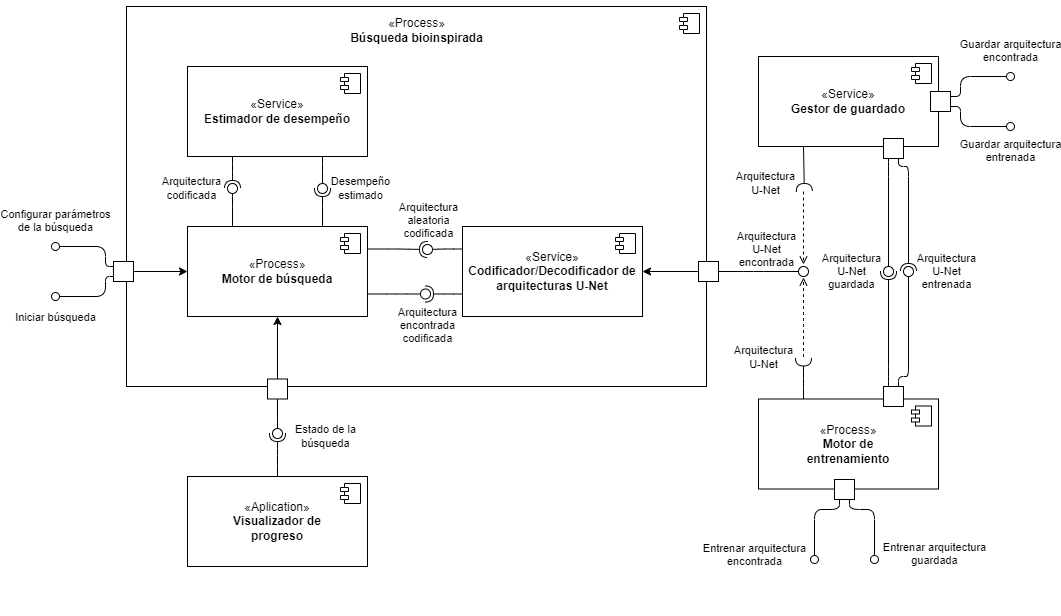
This is diagramas/UML/Componentes.drawio.png from TT-NAS/NAS, a draw.io export, as it was before one commit. Source tidied: cells renumbered, new cells last; positions are measured from the earlier drawing's top-left corner, leaving out a move shared by most shapes.
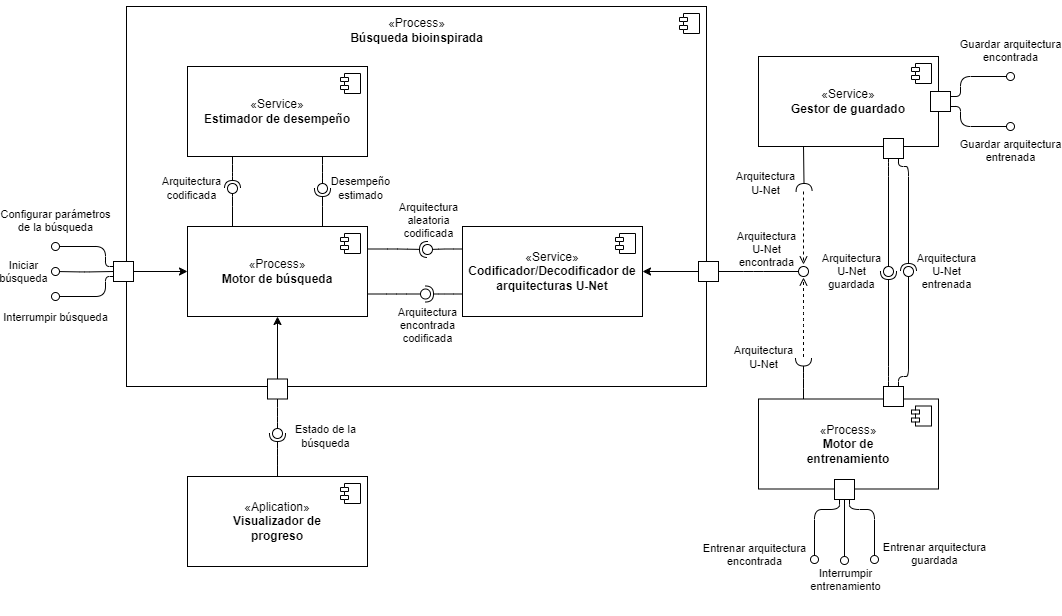
Above is the later version.

Change to the diagram source:
```diff
@@ -215,7 +215,7 @@
         </Array>
       </mxGeometry>
     </mxCell>
-    <mxCell id="53" value="Iniciar búsqueda" style="html=1;verticalAlign=bottom;labelBackgroundColor=none;startArrow=oval;startFill=0;startSize=8;endArrow=none;entryX=0;entryY=0.75;entryDx=0;entryDy=0;edgeStyle=elbowEdgeStyle;fontColor=#000000;" parent="1" edge="1" target="55">
+    <mxCell id="53" value="Interrumpir búsqueda" style="html=1;verticalAlign=bottom;labelBackgroundColor=none;startArrow=oval;startFill=0;startSize=8;endArrow=none;entryX=0;entryY=0.75;entryDx=0;entryDy=0;edgeStyle=elbowEdgeStyle;fontColor=#000000;" parent="1" edge="1" target="55">
       <mxGeometry x="-1" y="-30" relative="1" as="geometry">
         <mxPoint y="296" as="sourcePoint" />
         <Array as="points">
@@ -307,5 +307,17 @@
     <mxCell id="75" value="&lt;div&gt;&lt;span style=&quot;text-wrap-mode: nowrap;&quot;&gt;Arquitectura&lt;/span&gt;&lt;/div&gt;&lt;div&gt;&lt;span style=&quot;text-wrap-mode: nowrap;&quot;&gt;U-Net&lt;/span&gt;&lt;/div&gt;&lt;div&gt;&lt;span style=&quot;text-wrap-mode: nowrap;&quot;&gt;guardada&lt;/span&gt;&lt;/div&gt;" style="text;html=1;fontFamily=Helvetica;fontSize=11;fontColor=#000000;labelBackgroundColor=none;align=center;verticalAlign=middle;" parent="1" vertex="1">
       <mxGeometry x="753" y="256" width="86" height="30" as="geometry" />
     </mxCell>
+    <mxCell id="76" value="Iniciar&lt;div&gt;búsqueda&lt;/div&gt;" style="html=1;verticalAlign=bottom;labelBackgroundColor=none;startArrow=oval;startFill=0;startSize=8;endArrow=none;entryX=0;entryY=0.5;entryDx=0;entryDy=0;edgeStyle=orthogonalEdgeStyle;fontColor=#000000;" parent="1" edge="1" target="55">
+      <mxGeometry x="-1" y="-36" relative="1" as="geometry">
+        <mxPoint y="271" as="sourcePoint" />
+        <mxPoint x="-31" y="-20" as="offset" />
+      </mxGeometry>
+    </mxCell>
+    <mxCell id="77" value="Interrumpir&lt;div&gt;entrenamiento&lt;/div&gt;" style="html=1;verticalAlign=bottom;labelBackgroundColor=none;endArrow=oval;endFill=0;endSize=8;rounded=1;strokeColor=default;align=center;fontFamily=Helvetica;fontSize=11;fontColor=#000000;edgeStyle=orthogonalEdgeStyle;exitX=0.5;exitY=1;exitDx=0;exitDy=0;elbow=vertical;" parent="1" edge="1" source="68">
+      <mxGeometry x="1" y="35" relative="1" as="geometry">
+        <mxPoint x="789" y="560" as="targetPoint" />
+        <mxPoint x="-34" y="35" as="offset" />
+      </mxGeometry>
+    </mxCell>
   </root>
 </mxGraphModel>
```
